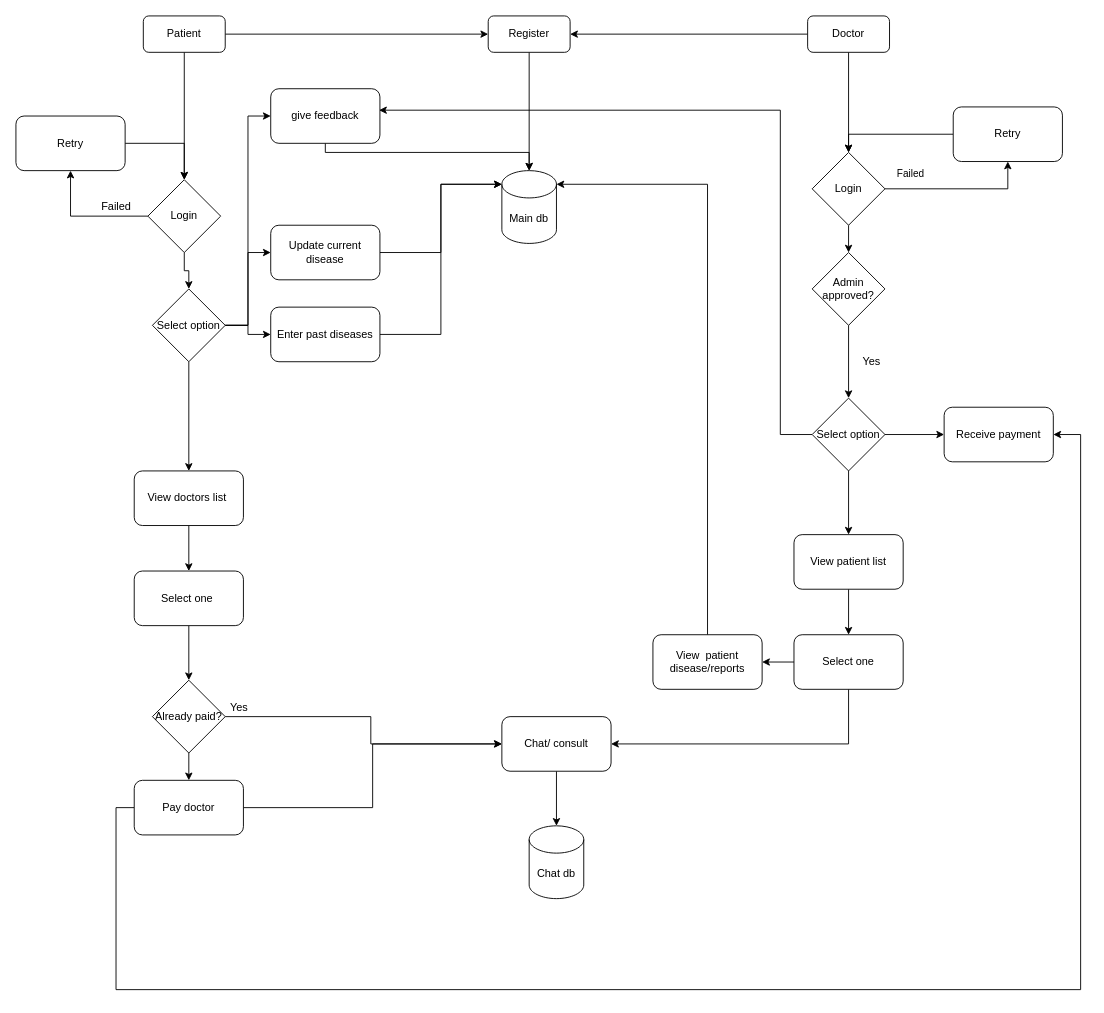
The draw.io diagram page "arch" (5 of 5) of STQA.drawio in MohitBurkule/doctorconnect, before the edit. Source tidied: cells renumbered, new cells numbered last; positions are measured from the earlier drawing's top-left corner, leaving out a move shared by most shapes. Both pictures are drawn from the tidied source at 91%, with x=0, y=0 at pixel (15, 15).
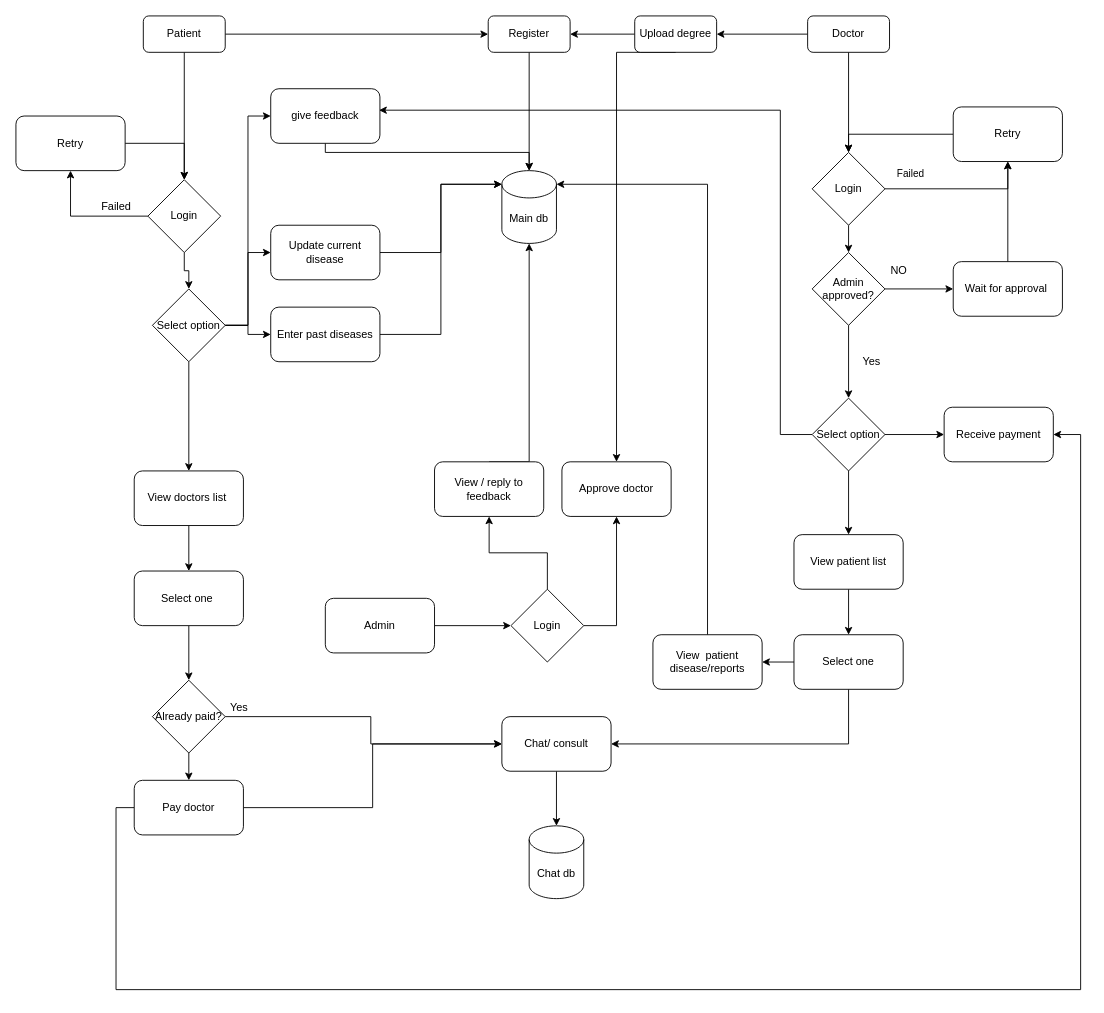
The same page after the edit.

Commit message:
arc diag

The change refers to these unchanged cells:
```xml
<mxCell id="2" value="Main db" style="shape=cylinder3;whiteSpace=wrap;html=1;boundedLbl=1;backgroundOutline=1;size=15;" parent="1" vertex="1">
  <mxGeometry x="534" y="170" width="60" height="80" as="geometry" />
</mxCell>
<mxCell id="7" value="Register" style="rounded=1;whiteSpace=wrap;html=1;" parent="1" vertex="1">
  <mxGeometry x="519" width="90" height="40" as="geometry" />
</mxCell>
<mxCell id="10" value="Doctor" style="rounded=1;whiteSpace=wrap;html=1;" parent="1" vertex="1">
  <mxGeometry x="870" width="90" height="40" as="geometry" />
</mxCell>
<mxCell id="47" value="Retry" style="rounded=1;whiteSpace=wrap;html=1;" parent="1" vertex="1">
  <mxGeometry x="1030" y="100" width="120" height="60" as="geometry" />
</mxCell>
<mxCell id="61" value="Admin approved?" style="rhombus;whiteSpace=wrap;html=1;" parent="1" vertex="1">
  <mxGeometry x="875" y="260" width="80" height="80" as="geometry" />
</mxCell>
```

What changed in the source:
```diff
@@
-    <mxCell id="8" style="edgeStyle=orthogonalEdgeStyle;rounded=0;jettySize=auto;html=1;" parent="1" edge="1" source="10" target="7">
-      <mxGeometry relative="1" as="geometry" />
-    </mxCell>
@@
+    <mxCell id="63" style="edgeStyle=orthogonalEdgeStyle;rounded=0;jettySize=auto;html=1;exitX=0;exitY=0.5;exitDx=0;exitDy=0;entryX=1;entryY=0.5;entryDx=0;entryDy=0;" parent="1" edge="1" source="10" target="70">
+      <mxGeometry relative="1" as="geometry" />
+    </mxCell>
@@
+    <mxCell id="64" style="edgeStyle=orthogonalEdgeStyle;rounded=0;jettySize=auto;html=1;exitX=1;exitY=0.5;exitDx=0;exitDy=0;" parent="1" edge="1" source="61" target="66">
+      <mxGeometry relative="1" as="geometry" />
+    </mxCell>
@@
+    <mxCell id="65" style="edgeStyle=orthogonalEdgeStyle;rounded=0;jettySize=auto;html=1;exitX=0.5;exitY=0;exitDx=0;exitDy=0;entryX=0.5;entryY=1;entryDx=0;entryDy=0;" parent="1" edge="1" source="66" target="47">
+      <mxGeometry relative="1" as="geometry" />
+    </mxCell>
+    <mxCell id="66" value="Wait for approval&amp;nbsp;" style="rounded=1;whiteSpace=wrap;html=1;" parent="1" vertex="1">
+      <mxGeometry x="1030" y="270" width="120" height="60" as="geometry" />
+    </mxCell>
+    <mxCell id="67" value="NO" style="text;html=1;align=center;verticalAlign=middle;" parent="1" vertex="1">
+      <mxGeometry x="955" y="270" width="30" height="20" as="geometry" />
+    </mxCell>
+    <mxCell id="68" style="edgeStyle=orthogonalEdgeStyle;rounded=0;jettySize=auto;html=1;exitX=0;exitY=0.5;exitDx=0;exitDy=0;entryX=1;entryY=0.5;entryDx=0;entryDy=0;" parent="1" edge="1" source="70" target="7">
+      <mxGeometry relative="1" as="geometry" />
+    </mxCell>
+    <mxCell id="69" style="edgeStyle=orthogonalEdgeStyle;rounded=0;jettySize=auto;html=1;exitX=0.5;exitY=1;exitDx=0;exitDy=0;" parent="1" edge="1" source="70" target="73">
+      <mxGeometry relative="1" as="geometry">
+        <Array as="points">
+          <mxPoint x="660" y="40" />
+        </Array>
+      </mxGeometry>
+    </mxCell>
+    <mxCell id="70" value="Upload degree" style="rounded=1;whiteSpace=wrap;html=1;" parent="1" vertex="1">
+      <mxGeometry x="680" width="90" height="40" as="geometry" />
+    </mxCell>
+    <mxCell id="71" style="edgeStyle=orthogonalEdgeStyle;rounded=0;jettySize=auto;html=1;exitX=1;exitY=0.5;exitDx=0;exitDy=0;entryX=0;entryY=0.5;entryDx=0;entryDy=0;" parent="1" edge="1" source="72" target="78">
+      <mxGeometry relative="1" as="geometry" />
+    </mxCell>
+    <mxCell id="72" value="Admin" style="rounded=1;whiteSpace=wrap;html=1;" parent="1" vertex="1">
+      <mxGeometry x="340" y="640" width="120" height="60" as="geometry" />
+    </mxCell>
+    <mxCell id="73" value="Approve doctor" style="rounded=1;whiteSpace=wrap;html=1;" parent="1" vertex="1">
+      <mxGeometry x="600" y="490" width="120" height="60" as="geometry" />
+    </mxCell>
+    <mxCell id="74" style="edgeStyle=orthogonalEdgeStyle;rounded=0;jettySize=auto;html=1;exitX=0.5;exitY=0;exitDx=0;exitDy=0;" parent="1" edge="1" source="75" target="2">
+      <mxGeometry relative="1" as="geometry">
+        <Array as="points">
+          <mxPoint x="564" y="490" />
+        </Array>
+      </mxGeometry>
+    </mxCell>
+    <mxCell id="75" value="View / reply to feedback" style="rounded=1;whiteSpace=wrap;html=1;" parent="1" vertex="1">
+      <mxGeometry x="460" y="490" width="120" height="60" as="geometry" />
+    </mxCell>
+    <mxCell id="76" style="edgeStyle=orthogonalEdgeStyle;rounded=0;jettySize=auto;html=1;exitX=1;exitY=0.5;exitDx=0;exitDy=0;entryX=0.5;entryY=1;entryDx=0;entryDy=0;" parent="1" edge="1" source="78" target="73">
+      <mxGeometry relative="1" as="geometry" />
+    </mxCell>
+    <mxCell id="77" style="edgeStyle=orthogonalEdgeStyle;rounded=0;jettySize=auto;html=1;exitX=0.5;exitY=0;exitDx=0;exitDy=0;entryX=0.5;entryY=1;entryDx=0;entryDy=0;" parent="1" edge="1" source="78" target="75">
+      <mxGeometry relative="1" as="geometry" />
+    </mxCell>
+    <mxCell id="78" value="Login" style="rhombus;whiteSpace=wrap;html=1;" parent="1" vertex="1">
+      <mxGeometry x="544" y="630" width="80" height="80" as="geometry" />
+    </mxCell>
```
